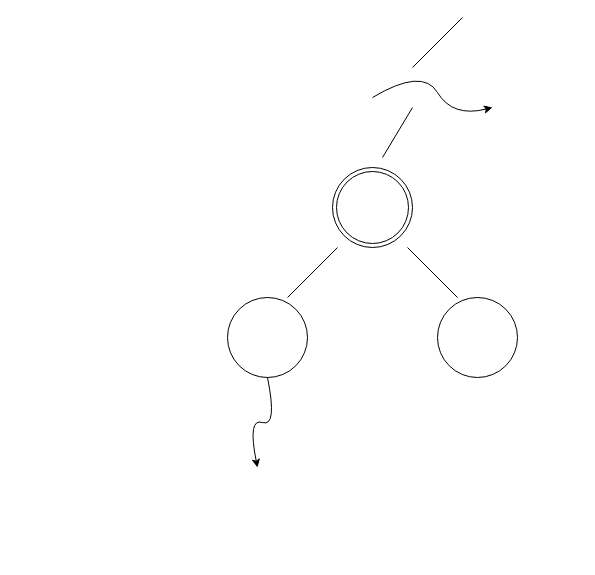
This is MCTS_bad.drawio from johntiger1/18.06, a draw.io file, before an edit. Source tidied: cells renumbered, new cells numbered last; positions are measured from the earlier drawing's top-left corner, leaving out a move shared by most shapes. Both pictures are drawn from the tidied source at 100%, with x=0, y=0 at pixel (227, 17).
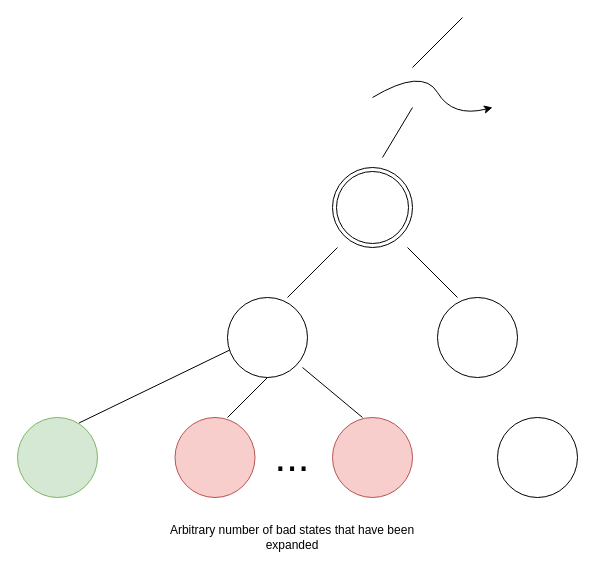
Above is the later version.

Unchanged cells that the change refers to:
```xml
<mxCell id="8" style="ellipse;whiteSpace=wrap;html=1;" parent="1" vertex="1">
  <mxGeometry y="280" width="80" height="80" as="geometry" />
</mxCell>
```

Change to the diagram source:
```diff
@@
-    <mxCell id="10" style="curved=1;endArrow=classic;html=1;exitX=0.5;exitY=1;exitDx=0;exitDy=0;" parent="1" edge="1" source="8">
-      <mxGeometry relative="1" as="geometry">
-        <mxPoint x="30" y="450" as="targetPoint" />
-        <Array as="points">
-          <mxPoint x="50" y="410" />
-          <mxPoint x="20" y="400" />
-        </Array>
-      </mxGeometry>
-    </mxCell>
+    <mxCell id="11" style="ellipse;whiteSpace=wrap;html=1;fillColor=#d5e8d4;strokeColor=#82b366;" parent="1" vertex="1">
+      <mxGeometry x="-210" y="400" width="80" height="80" as="geometry" />
+    </mxCell>
+    <mxCell id="12" style="ellipse;whiteSpace=wrap;html=1;fillColor=#f8cecc;strokeColor=#b85450;" parent="1" vertex="1">
+      <mxGeometry x="105" y="400" width="80" height="80" as="geometry" />
+    </mxCell>
+    <mxCell id="13" style="ellipse;whiteSpace=wrap;html=1;" parent="1" vertex="1">
+      <mxGeometry x="270" y="400" width="80" height="80" as="geometry" />
+    </mxCell>
+    <mxCell id="14" style="endArrow=none;html=1;exitX=0.77;exitY=0.068;exitDx=0;exitDy=0;exitPerimeter=0;entryX=0.025;entryY=0.658;entryDx=0;entryDy=0;entryPerimeter=0;" parent="1" edge="1" source="11" target="8">
+      <mxGeometry relative="1" as="geometry" />
+    </mxCell>
+    <mxCell id="15" style="endArrow=none;html=1;" parent="1" edge="1">
+      <mxGeometry relative="1" as="geometry">
+        <mxPoint x="75" y="350" as="sourcePoint" />
+        <mxPoint x="135" y="400" as="targetPoint" />
+      </mxGeometry>
+    </mxCell>
+    <mxCell id="16" style="ellipse;whiteSpace=wrap;html=1;fillColor=#f8cecc;strokeColor=#b85450;" parent="1" vertex="1">
+      <mxGeometry x="-52.5" y="400" width="80" height="80" as="geometry" />
+    </mxCell>
+    <mxCell id="17" style="endArrow=none;html=1;entryX=0.5;entryY=1;entryDx=0;entryDy=0;" parent="1" edge="1" target="8">
+      <mxGeometry relative="1" as="geometry">
+        <mxPoint y="400" as="sourcePoint" />
+      </mxGeometry>
+    </mxCell>
+    <mxCell id="18" value="&lt;font style=&quot;font-size: 42px&quot;&gt;...&lt;/font&gt;" style="text;html=1;strokeColor=none;fillColor=none;align=center;verticalAlign=middle;whiteSpace=wrap;rounded=0;" parent="1" vertex="1">
+      <mxGeometry y="410" width="130" height="60" as="geometry" />
+    </mxCell>
+    <mxCell id="19" value="Arbitrary number of bad states that have been expanded" style="text;html=1;strokeColor=none;fillColor=none;align=center;verticalAlign=middle;whiteSpace=wrap;rounded=0;" parent="1" vertex="1">
+      <mxGeometry x="-75" y="500" width="280" height="40" as="geometry" />
+    </mxCell>
```
